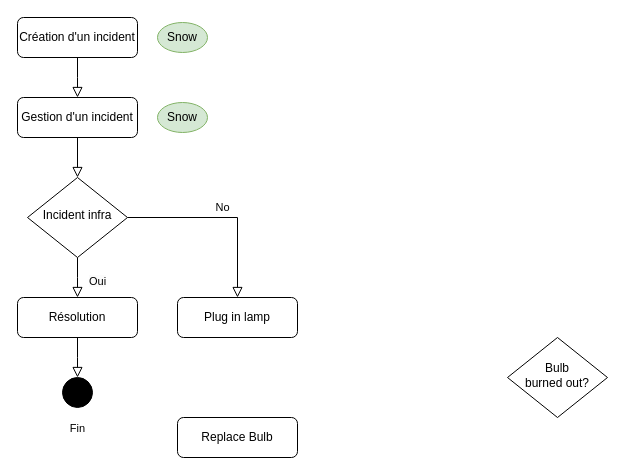
Before: diagrammes/Diagramme incident.drawio in mfaurel/drawio, a draw.io diagram. Source tidied: cells renumbered, new cells numbered last; positions are measured from the earlier drawing's top-left corner, leaving out a move shared by most shapes. Both pictures are drawn from the tidied source at 100%, with x=0, y=0 at pixel (17, 17).
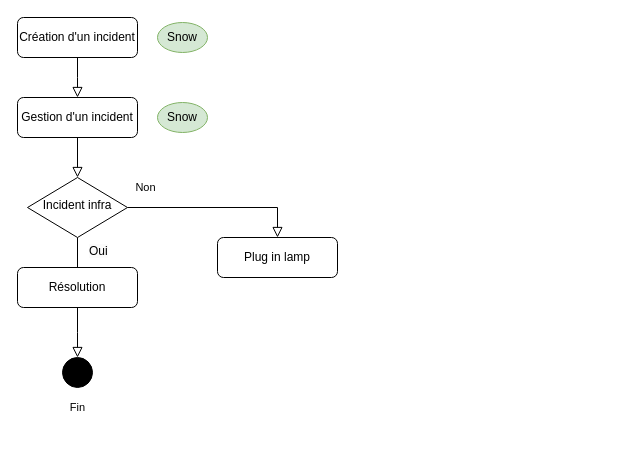
The same page after the edit.

Commit message:
Mettre à jour Diagramme incident.drawio

What changed in the source:
```diff
@@
-    <mxCell id="5" value="No" style="edgeStyle=orthogonalEdgeStyle;rounded=0;html=1;jettySize=auto;fontSize=11;endArrow=block;endFill=0;endSize=8;strokeWidth=1;shadow=0;labelBackgroundColor=none;" parent="1" edge="1" source="6" target="7">
-      <mxGeometry y="10" relative="1" as="geometry" />
+    <mxCell id="5" value="Non" style="edgeStyle=orthogonalEdgeStyle;rounded=0;html=1;jettySize=auto;fontSize=11;endArrow=block;endFill=0;endSize=8;strokeWidth=1;shadow=0;labelBackgroundColor=none;entryX=0.5;entryY=0;entryDx=0;entryDy=0;" parent="1" edge="1" source="6" target="7">
+      <mxGeometry x="-0.8" y="20" relative="1" as="geometry">
+        <Array as="points">
+          <mxPoint x="260" y="190" />
+        </Array>
+      </mxGeometry>
     </mxCell>
     <mxCell id="6" value="Incident infra" style="rhombus;whiteSpace=wrap;html=1;shadow=0;fontFamily=Helvetica;fontSize=12;align=center;strokeWidth=1;spacing=6;spacingTop=-4;" parent="1" vertex="1">
-      <mxGeometry x="10" y="160" width="100" height="80" as="geometry" />
+      <mxGeometry x="10" y="160" width="100" height="60" as="geometry" />
     </mxCell>
     <mxCell id="7" value="Plug in lamp" style="rounded=1;whiteSpace=wrap;html=1;fontSize=12;glass=0;strokeWidth=1;shadow=0;" parent="1" vertex="1">
-      <mxGeometry x="160" y="280" width="120" height="40" as="geometry" />
+      <mxGeometry x="200" y="220" width="120" height="40" as="geometry" />
     </mxCell>
     <mxCell id="8" value="Fin" style="rounded=0;html=1;jettySize=auto;fontSize=11;endArrow=block;endFill=0;endSize=8;strokeWidth=1;shadow=0;labelBackgroundColor=none;edgeStyle=orthogonalEdgeStyle;exitX=0.5;exitY=1;exitDx=0;exitDy=0;" parent="1" edge="1" source="15">
       <mxGeometry x="1" y="50" relative="1" as="geometry">
-        <mxPoint x="60" y="360" as="targetPoint" />
+        <mxPoint x="60" y="340" as="targetPoint" />
         <mxPoint x="-50" y="49" as="offset" />
       </mxGeometry>
     </mxCell>
-    <mxCell id="9" value="Replace Bulb" style="rounded=1;whiteSpace=wrap;html=1;fontSize=12;glass=0;strokeWidth=1;shadow=0;" parent="1" vertex="1">
-      <mxGeometry x="160" y="400" width="120" height="40" as="geometry" />
-    </mxCell>
@@
     <mxCell id="12" style="ellipse;whiteSpace=wrap;html=1;fillColor=#000000;" parent="1" vertex="1">
-      <mxGeometry x="45" y="360" width="30" height="30" as="geometry" />
+      <mxGeometry x="45" y="340" width="30" height="30" as="geometry" />
     </mxCell>
-    <mxCell id="13" value="Bulb&lt;br&gt;burned out?" style="rhombus;whiteSpace=wrap;html=1;shadow=0;fontFamily=Helvetica;fontSize=12;align=center;strokeWidth=1;spacing=6;spacingTop=-4;" parent="1" vertex="1">
-      <mxGeometry x="490" y="320" width="100" height="80" as="geometry" />
-    </mxCell>
-    <mxCell id="14" value="&lt;span style=&quot;color: rgb(0, 0, 0); font-family: Helvetica; font-size: 11px; font-style: normal; font-variant-ligatures: normal; font-variant-caps: normal; font-weight: 400; letter-spacing: normal; orphans: 2; text-align: center; text-indent: 0px; text-transform: none; widows: 2; word-spacing: 0px; -webkit-text-stroke-width: 0px; background-color: rgb(251, 251, 251); text-decoration-thickness: initial; text-decoration-style: initial; text-decoration-color: initial; float: none; display: inline !important;&quot;&gt;Oui&lt;/span&gt;" style="text;whiteSpace=wrap;html=1;strokeColor=none;rounded=1;" parent="1" vertex="1">
-      <mxGeometry x="70" y="250" width="20" height="20" as="geometry" />
+    <mxCell id="14" value="&lt;span style=&quot;color: rgb(0, 0, 0); font-family: Helvetica; font-style: normal; font-variant-ligatures: normal; font-variant-caps: normal; font-weight: 400; letter-spacing: normal; orphans: 2; text-align: center; text-indent: 0px; text-transform: none; widows: 2; word-spacing: 0px; -webkit-text-stroke-width: 0px; background-color: rgb(251, 251, 251); text-decoration-thickness: initial; text-decoration-style: initial; text-decoration-color: initial; float: none; display: inline !important;&quot;&gt;&lt;font style=&quot;font-size: 12px;&quot;&gt;Oui&lt;/font&gt;&lt;/span&gt;" style="text;whiteSpace=wrap;html=1;strokeColor=none;rounded=1;arcSize=0;" parent="1" vertex="1">
+      <mxGeometry x="70" y="220" width="20" height="20" as="geometry" />
     </mxCell>
     <mxCell id="15" value="Résolution" style="rounded=1;whiteSpace=wrap;html=1;fontSize=12;glass=0;strokeWidth=1;shadow=0;" parent="1" vertex="1">
-      <mxGeometry y="280" width="120" height="40" as="geometry" />
+      <mxGeometry y="250" width="120" height="40" as="geometry" />
     </mxCell>
```
